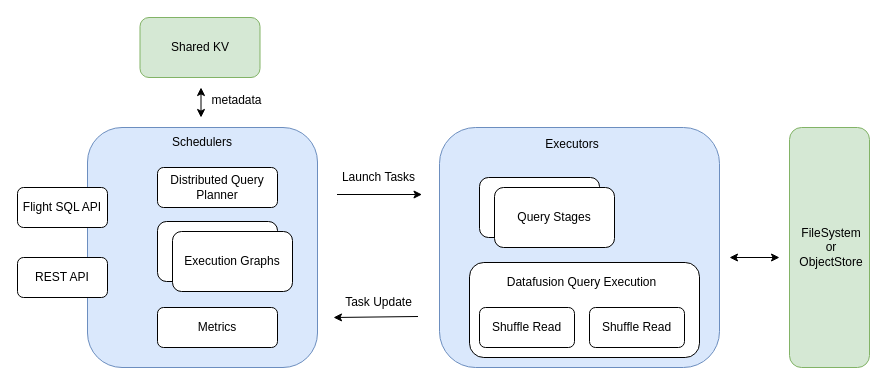
Earlier version of the draw.io diagram content/blog/2024-04-17-ballista-mvp-part1/ballista-mvp-architecture.drawio (systemxlabs/systemxlabs.github.io). Source tidied: cells renumbered, new cells numbered last; positions are measured from the earlier drawing's top-left corner, leaving out a move shared by most shapes. Both pictures are drawn from the tidied source at 100%, with x=0, y=0 at pixel (17, 17).
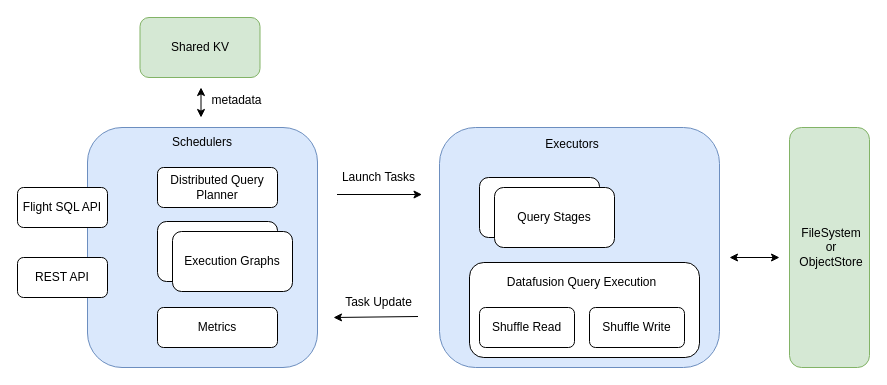
Above is the later version.

Commit message (it also covers changes not shown here):
Update ballista-mvp architecture

What changed in the source:
```diff
@@
-    <mxCell id="25" value="Shuffle Read" style="rounded=1;whiteSpace=wrap;html=1;" parent="1" vertex="1">
+    <mxCell id="25" value="Shuffle Write" style="rounded=1;whiteSpace=wrap;html=1;" parent="1" vertex="1">
       <mxGeometry x="572" y="290" width="95" height="40" as="geometry" />
     </mxCell>
```
